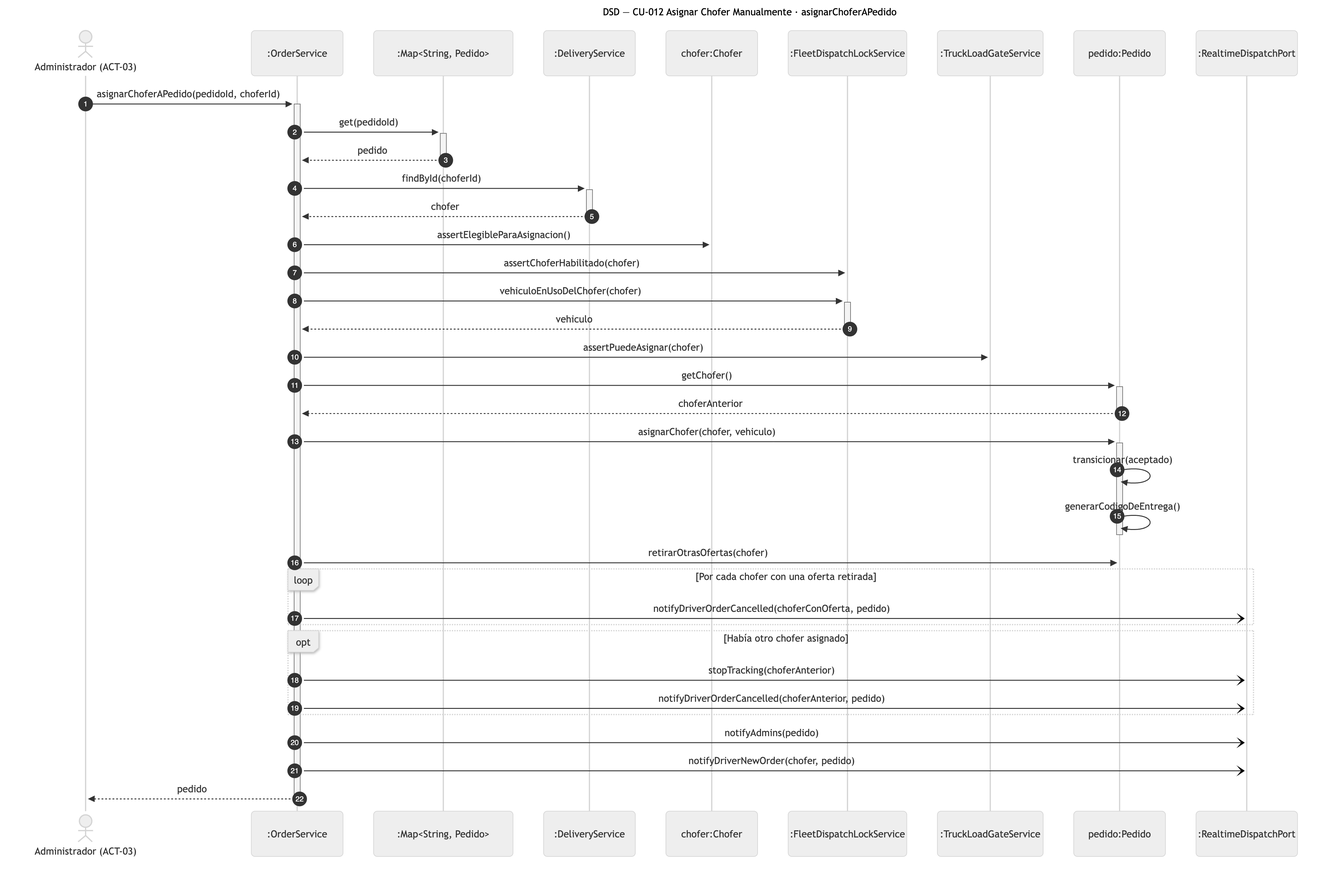
The Mermaid diagram diagramas/png/DSD_CU-012_asignarChoferAPedido.png in Nahuelito-Dev/splg-docs, before a commit. Its source is kept beside it as diagramas/DSD_CU-012_asignarChoferAPedido.mmd.
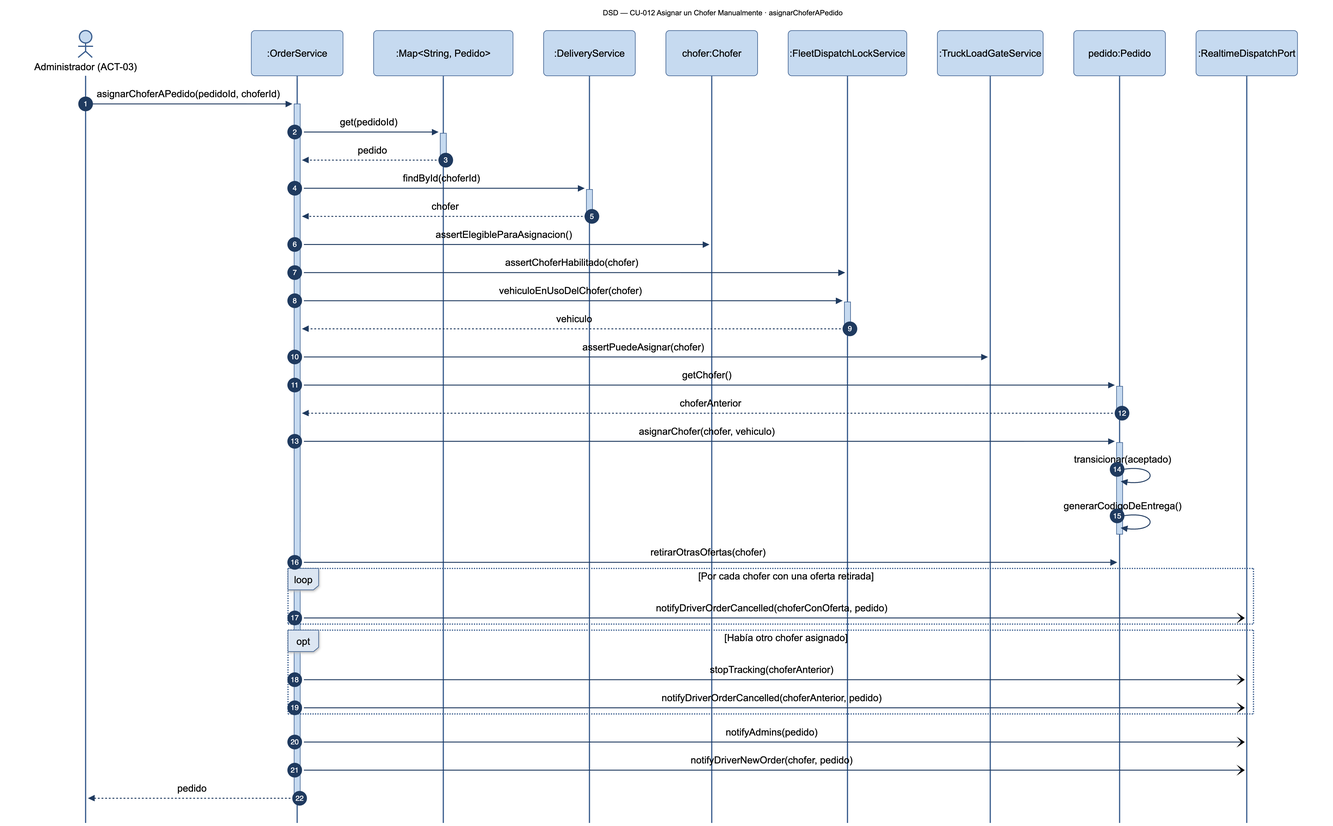
After the commit.

Diff of the diagram source:
```diff
@@ -1,5 +1,5 @@
 sequenceDiagram
-    title DSD — CU-012 Asignar Chofer Manualmente · asignarChoferAPedido
+    title DSD — CU-012 Asignar un Chofer Manualmente · asignarChoferAPedido
     autonumber
     actor ADM as Administrador (ACT-03)
     participant SRV as :OrderService
```
